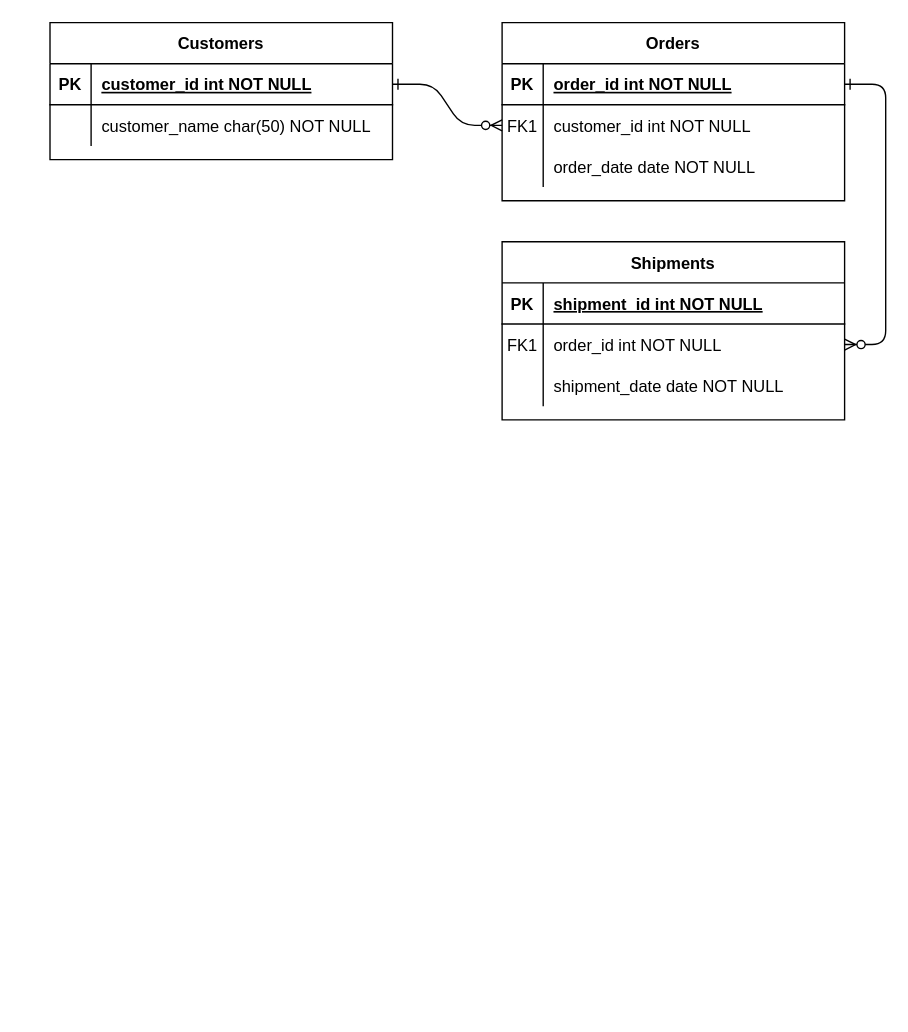
Before: titik-jumpa-db.drawio in TitikJumpa/titik-jumpa-db, a draw.io diagram. Source tidied: cells renumbered, new cells numbered last; positions are measured from the earlier drawing's top-left corner, leaving out a move shared by most shapes. Both pictures are drawn from the tidied source at 137%, with x=0, y=0 at pixel (49, 22).
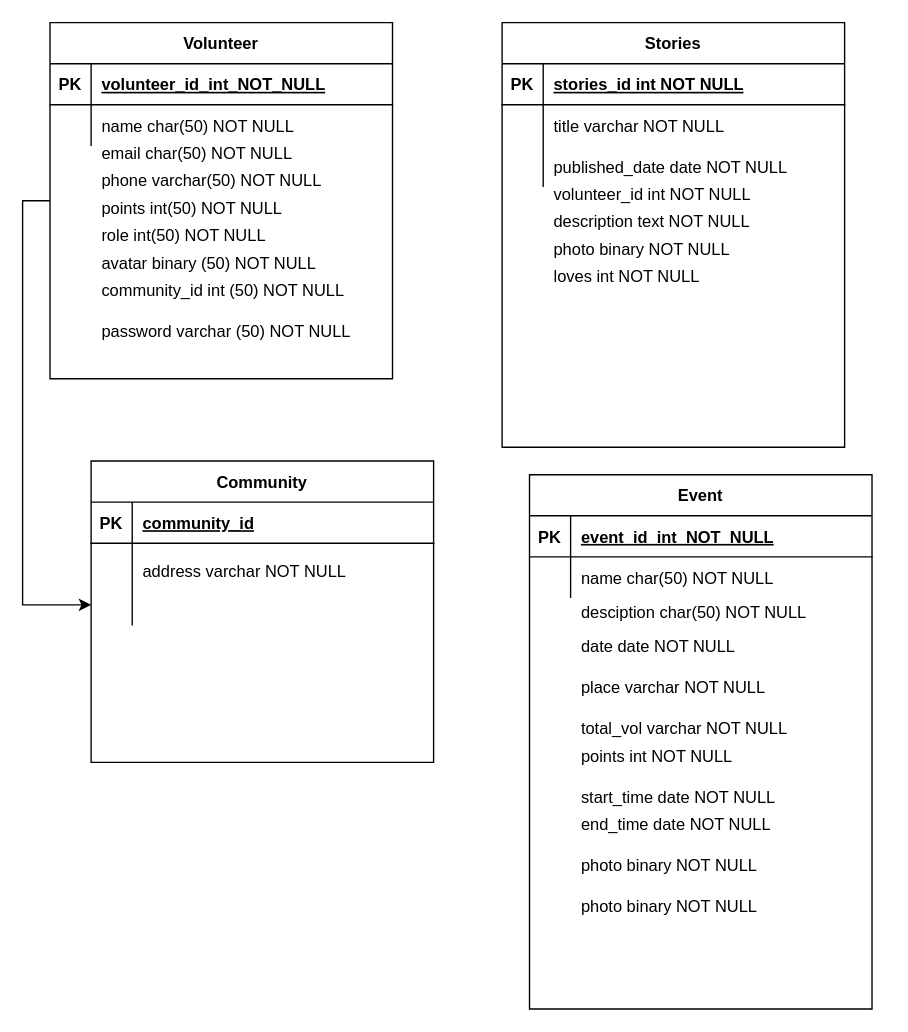
Above is the later version.

Commit message:
add volunteer, stories, community, event table

Unchanged cells that the change refers to:
```xml
<mxCell id="5" style="shape=partialRectangle;fillColor=none;points=[[0,0.5],[1,0.5]];portConstraint=eastwest;top=0;left=0;right=0;bottom=1;" parent="4" vertex="1">
  <mxGeometry y="30" width="250" height="30" as="geometry" />
</mxCell>
<mxCell id="8" style="shape=partialRectangle;fillColor=none;points=[[0,0.5],[1,0.5]];portConstraint=eastwest;top=0;left=0;right=0;bottom=0;" parent="4" vertex="1">
  <mxGeometry y="60" width="250" height="30" as="geometry" />
</mxCell>
<mxCell id="11" style="shape=partialRectangle;fillColor=none;top=0;left=0;right=0;bottom=0;" parent="4" vertex="1">
  <mxGeometry y="90" width="250" height="30" as="geometry" />
</mxCell>
<mxCell id="15" style="shape=partialRectangle;fillColor=none;top=0;left=0;right=0;bottom=1;" parent="14" vertex="1">
  <mxGeometry y="30" width="250" height="30" as="geometry" />
</mxCell>
<mxCell id="18" style="shape=partialRectangle;fillColor=none;points=[[0,0.5],[1,0.5]];portConstraint=eastwest;top=0;left=0;right=0;bottom=0;" parent="14" vertex="1">
  <mxGeometry y="60" width="250" height="30" as="geometry" />
</mxCell>
<mxCell id="21" style="shape=partialRectangle;fillColor=none;points=[[0,0.5],[1,0.5]];portConstraint=eastwest;top=0;left=0;right=0;bottom=0;" parent="14" vertex="1">
  <mxGeometry y="90" width="250" height="30" as="geometry" />
</mxCell>
```

What changed in the source:
```diff
@@
-    <mxCell id="2" style="edgeStyle=entityRelationEdgeStyle;endArrow=ERzeroToMany;startArrow=ERone;endFill=1;startFill=0;" parent="1" edge="1" source="25" target="8">
-      <mxGeometry relative="1" as="geometry" />
-    </mxCell>
-    <mxCell id="3" style="edgeStyle=entityRelationEdgeStyle;endArrow=ERzeroToMany;startArrow=ERone;endFill=1;startFill=0;" parent="1" edge="1" source="5" target="18">
-      <mxGeometry relative="1" as="geometry" />
-    </mxCell>
-    <mxCell id="4" value="Orders" style="shape=table;startSize=30;childLayout=tableLayout;rowLines=0;fontStyle=1;align=center;" parent="1" vertex="1">
-      <mxGeometry x="330" width="250" height="130" as="geometry" />
+    <mxCell id="4" value="Stories" style="shape=table;startSize=30;childLayout=tableLayout;rowLines=0;fontStyle=1;align=center;" parent="1" vertex="1">
+      <mxGeometry x="330" width="250" height="310" as="geometry" />
     </mxCell>
@@
-    <mxCell id="7" value="order_id int NOT NULL " style="shape=partialRectangle;overflow=hidden;fillColor=none;top=0;left=0;bottom=0;right=0;align=left;spacingLeft=6;fontStyle=5;" parent="5" vertex="1">
+    <mxCell id="7" value="stories_id int NOT NULL " style="shape=partialRectangle;overflow=hidden;fillColor=none;top=0;left=0;bottom=0;right=0;align=left;spacingLeft=6;fontStyle=5;" parent="5" vertex="1">
       <mxGeometry x="30" width="220" height="30" as="geometry" />
     </mxCell>
@@
-    <mxCell id="9" value="FK1" style="shape=partialRectangle;overflow=hidden;fillColor=none;top=0;left=0;bottom=0;right=0;" parent="8" vertex="1">
+    <mxCell id="9" style="shape=partialRectangle;overflow=hidden;fillColor=none;top=0;left=0;bottom=0;right=0;" parent="8" vertex="1">
       <mxGeometry width="30" height="30" as="geometry" />
     </mxCell>
-    <mxCell id="10" value="customer_id int NOT NULL" style="shape=partialRectangle;overflow=hidden;fillColor=none;top=0;left=0;bottom=0;right=0;align=left;spacingLeft=6;" parent="8" vertex="1">
+    <mxCell id="10" value="title varchar NOT NULL" style="shape=partialRectangle;overflow=hidden;fillColor=none;top=0;left=0;bottom=0;right=0;align=left;spacingLeft=6;" parent="8" vertex="1">
       <mxGeometry x="30" width="220" height="30" as="geometry" />
     </mxCell>
@@
-    <mxCell id="13" value="order_date date NOT NULL" style="shape=partialRectangle;overflow=hidden;fillColor=none;top=0;left=0;bottom=0;right=0;align=left;spacingLeft=6;" parent="11" vertex="1">
+    <mxCell id="13" value="published_date date NOT NULL" style="shape=partialRectangle;overflow=hidden;fillColor=none;top=0;left=0;bottom=0;right=0;align=left;spacingLeft=6;" parent="11" vertex="1">
       <mxGeometry x="30" width="220" height="30" as="geometry" />
     </mxCell>
+    <mxCell id="31" style="edgeStyle=orthogonalEdgeStyle;rounded=0;jettySize=auto;html=1;exitX=0;exitY=0.5;exitDx=0;exitDy=0;entryX=0;entryY=0.5;entryDx=0;entryDy=0;" parent="1" edge="1" source="24" target="21">
+      <mxGeometry relative="1" as="geometry" />
+    </mxCell>
+    <mxCell id="24" value="Volunteer" style="shape=table;startSize=30;childLayout=tableLayout;rowLines=0;fontStyle=1;align=center;" parent="1" vertex="1">
+      <mxGeometry width="250" height="260" as="geometry" />
+    </mxCell>
+    <mxCell id="25" style="shape=partialRectangle;fillColor=none;points=[[0,0.5],[1,0.5]];portConstraint=eastwest;top=0;left=0;right=0;bottom=1;" parent="24" vertex="1">
+      <mxGeometry y="30" width="250" height="30" as="geometry" />
+    </mxCell>
+    <mxCell id="26" value="PK" style="shape=partialRectangle;overflow=hidden;fillColor=none;top=0;left=0;bottom=0;right=0;fontStyle=1;" parent="25" vertex="1">
+      <mxGeometry width="30" height="30" as="geometry" />
+    </mxCell>
+    <mxCell id="27" value="volunteer_id_int_NOT_NULL" style="shape=partialRectangle;overflow=hidden;fillColor=none;top=0;left=0;bottom=0;right=0;align=left;spacingLeft=6;fontStyle=5;" parent="25" vertex="1">
+      <mxGeometry x="30" width="220" height="30" as="geometry" />
+    </mxCell>
+    <mxCell id="28" style="shape=partialRectangle;fillColor=none;top=0;left=0;right=0;bottom=0;" parent="24" vertex="1">
+      <mxGeometry y="60" width="250" height="30" as="geometry" />
+    </mxCell>
+    <mxCell id="29" style="shape=partialRectangle;overflow=hidden;fillColor=none;top=0;left=0;bottom=0;right=0;" parent="28" vertex="1">
+      <mxGeometry width="30" height="30" as="geometry" />
+    </mxCell>
+    <mxCell id="30" value="name char(50) NOT NULL" style="shape=partialRectangle;overflow=hidden;fillColor=none;top=0;left=0;bottom=0;right=0;align=left;spacingLeft=6;" parent="28" vertex="1">
+      <mxGeometry x="30" width="220" height="30" as="geometry" />
+    </mxCell>
+    <mxCell id="32" value="email char(50) NOT NULL" style="shape=partialRectangle;overflow=hidden;fillColor=none;top=0;left=0;bottom=0;right=0;align=left;spacingLeft=6;" parent="1" vertex="1">
+      <mxGeometry x="30" y="80" width="220" height="30" as="geometry" />
+    </mxCell>
+    <mxCell id="33" value="phone varchar(50) NOT NULL" style="shape=partialRectangle;overflow=hidden;fillColor=none;top=0;left=0;bottom=0;right=0;align=left;spacingLeft=6;" parent="1" vertex="1">
+      <mxGeometry x="30" y="100" width="220" height="30" as="geometry" />
+    </mxCell>
+    <mxCell id="34" value="points int(50) NOT NULL" style="shape=partialRectangle;overflow=hidden;fillColor=none;top=0;left=0;bottom=0;right=0;align=left;spacingLeft=6;" parent="1" vertex="1">
+      <mxGeometry x="30" y="120" width="220" height="30" as="geometry" />
+    </mxCell>
-    <mxCell id="14" value="Shipments" style="shape=table;startSize=30;childLayout=tableLayout;rowLines=0;fontStyle=1;align=center;" parent="1" vertex="1">
-      <mxGeometry x="330" y="160" width="250" height="130" as="geometry" />
+    <mxCell id="14" value="Community" style="shape=table;startSize=30;childLayout=tableLayout;rowLines=0;fontStyle=1;align=center;" parent="1" vertex="1">
+      <mxGeometry x="30" y="320" width="250" height="220" as="geometry" />
     </mxCell>
@@
-    <mxCell id="17" value="shipment_id int NOT NULL " style="shape=partialRectangle;overflow=hidden;fillColor=none;top=0;left=0;bottom=0;right=0;align=left;spacingLeft=6;fontStyle=5;" parent="15" vertex="1">
+    <mxCell id="17" value="community_id" style="shape=partialRectangle;overflow=hidden;fillColor=none;top=0;left=0;bottom=0;right=0;align=left;spacingLeft=6;fontStyle=5;" parent="15" vertex="1">
       <mxGeometry x="30" width="220" height="30" as="geometry" />
     </mxCell>
@@
-    <mxCell id="19" value="FK1" style="shape=partialRectangle;overflow=hidden;fillColor=none;top=0;left=0;bottom=0;right=0;" parent="18" vertex="1">
+    <mxCell id="19" style="shape=partialRectangle;overflow=hidden;fillColor=none;top=0;left=0;bottom=0;right=0;" parent="18" vertex="1">
       <mxGeometry width="30" height="30" as="geometry" />
     </mxCell>
-    <mxCell id="20" value="order_id int NOT NULL" style="shape=partialRectangle;overflow=hidden;fillColor=none;top=0;left=0;bottom=0;right=0;align=left;spacingLeft=6;" parent="18" vertex="1">
+    <mxCell id="20" style="shape=partialRectangle;overflow=hidden;fillColor=none;top=0;left=0;bottom=0;right=0;align=left;spacingLeft=6;" parent="18" vertex="1">
       <mxGeometry x="30" width="220" height="30" as="geometry" />
     </mxCell>
@@
-    <mxCell id="23" value="shipment_date date NOT NULL" style="shape=partialRectangle;overflow=hidden;fillColor=none;top=0;left=0;bottom=0;right=0;align=left;spacingLeft=6;" parent="21" vertex="1">
+    <mxCell id="23" style="shape=partialRectangle;overflow=hidden;fillColor=none;top=0;left=0;bottom=0;right=0;align=left;spacingLeft=6;" parent="21" vertex="1">
       <mxGeometry x="30" width="220" height="30" as="geometry" />
     </mxCell>
-    <mxCell id="24" value="Customers" style="shape=table;startSize=30;childLayout=tableLayout;rowLines=0;fontStyle=1;align=center;" parent="1" vertex="1">
-      <mxGeometry width="250" height="100" as="geometry" />
-    </mxCell>
-    <mxCell id="25" style="shape=partialRectangle;fillColor=none;points=[[0,0.5],[1,0.5]];portConstraint=eastwest;top=0;left=0;right=0;bottom=1;" parent="24" vertex="1">
-      <mxGeometry y="30" width="250" height="30" as="geometry" />
-    </mxCell>
-    <mxCell id="26" value="PK" style="shape=partialRectangle;overflow=hidden;fillColor=none;top=0;left=0;bottom=0;right=0;fontStyle=1;" parent="25" vertex="1">
-      <mxGeometry width="30" height="30" as="geometry" />
-    </mxCell>
-    <mxCell id="27" value="customer_id int NOT NULL " style="shape=partialRectangle;overflow=hidden;fillColor=none;top=0;left=0;bottom=0;right=0;align=left;spacingLeft=6;fontStyle=5;" parent="25" vertex="1">
-      <mxGeometry x="30" width="220" height="30" as="geometry" />
-    </mxCell>
-    <mxCell id="28" style="shape=partialRectangle;fillColor=none;top=0;left=0;right=0;bottom=0;" parent="24" vertex="1">
-      <mxGeometry y="60" width="250" height="30" as="geometry" />
-    </mxCell>
-    <mxCell id="29" style="shape=partialRectangle;overflow=hidden;fillColor=none;top=0;left=0;bottom=0;right=0;" parent="28" vertex="1">
-      <mxGeometry width="30" height="30" as="geometry" />
-    </mxCell>
-    <mxCell id="30" value="customer_name char(50) NOT NULL" style="shape=partialRectangle;overflow=hidden;fillColor=none;top=0;left=0;bottom=0;right=0;align=left;spacingLeft=6;" parent="28" vertex="1">
-      <mxGeometry x="30" width="220" height="30" as="geometry" />
-    </mxCell>
+    <mxCell id="35" value="role int(50) NOT NULL" style="shape=partialRectangle;overflow=hidden;fillColor=none;top=0;left=0;bottom=0;right=0;align=left;spacingLeft=6;" parent="1" vertex="1">
+      <mxGeometry x="30" y="140" width="220" height="30" as="geometry" />
+    </mxCell>
+    <mxCell id="36" value="volunteer_id int NOT NULL" style="shape=partialRectangle;overflow=hidden;fillColor=none;top=0;left=0;bottom=0;right=0;align=left;spacingLeft=6;" parent="1" vertex="1">
+      <mxGeometry x="360" y="110" width="220" height="30" as="geometry" />
+    </mxCell>
+    <mxCell id="37" value="description text NOT NULL" style="shape=partialRectangle;overflow=hidden;fillColor=none;top=0;left=0;bottom=0;right=0;align=left;spacingLeft=6;" parent="1" vertex="1">
+      <mxGeometry x="360" y="130" width="220" height="30" as="geometry" />
+    </mxCell>
+    <mxCell id="38" value="photo binary NOT NULL" style="shape=partialRectangle;overflow=hidden;fillColor=none;top=0;left=0;bottom=0;right=0;align=left;spacingLeft=6;" parent="1" vertex="1">
+      <mxGeometry x="360" y="150" width="220" height="30" as="geometry" />
+    </mxCell>
+    <mxCell id="39" value="loves int NOT NULL" style="shape=partialRectangle;overflow=hidden;fillColor=none;top=0;left=0;bottom=0;right=0;align=left;spacingLeft=6;" parent="1" vertex="1">
+      <mxGeometry x="360" y="170" width="220" height="30" as="geometry" />
+    </mxCell>
+    <mxCell id="40" value="avatar binary (50) NOT NULL" style="shape=partialRectangle;overflow=hidden;fillColor=none;top=0;left=0;bottom=0;right=0;align=left;spacingLeft=6;" parent="1" vertex="1">
+      <mxGeometry x="30" y="160" width="220" height="30" as="geometry" />
+    </mxCell>
+    <mxCell id="41" value="community_id int (50) NOT NULL" style="shape=partialRectangle;overflow=hidden;fillColor=none;top=0;left=0;bottom=0;right=0;align=left;spacingLeft=6;" parent="1" vertex="1">
+      <mxGeometry x="30" y="180" width="220" height="30" as="geometry" />
+    </mxCell>
+    <mxCell id="42" value="Event" style="shape=table;startSize=30;childLayout=tableLayout;rowLines=0;fontStyle=1;align=center;" parent="1" vertex="1">
+      <mxGeometry x="350" y="330" width="250" height="390" as="geometry" />
+    </mxCell>
+    <mxCell id="43" style="shape=partialRectangle;fillColor=none;top=0;left=0;right=0;bottom=1;" parent="42" vertex="1">
+      <mxGeometry y="30" width="250" height="30" as="geometry" />
+    </mxCell>
+    <mxCell id="44" value="PK" style="shape=partialRectangle;overflow=hidden;fillColor=none;top=0;left=0;bottom=0;right=0;fontStyle=1;" parent="43" vertex="1">
+      <mxGeometry width="30" height="30" as="geometry" />
+    </mxCell>
+    <mxCell id="45" value="event_id_int_NOT_NULL" style="shape=partialRectangle;overflow=hidden;fillColor=none;top=0;left=0;bottom=0;right=0;align=left;spacingLeft=6;fontStyle=5;" parent="43" vertex="1">
+      <mxGeometry x="30" width="220" height="30" as="geometry" />
+    </mxCell>
+    <mxCell id="46" style="shape=partialRectangle;fillColor=none;top=0;left=0;right=0;bottom=0;" parent="42" vertex="1">
+      <mxGeometry y="60" width="250" height="30" as="geometry" />
+    </mxCell>
+    <mxCell id="47" style="shape=partialRectangle;overflow=hidden;fillColor=none;top=0;left=0;bottom=0;right=0;" parent="46" vertex="1">
+      <mxGeometry width="30" height="30" as="geometry" />
+    </mxCell>
+    <mxCell id="48" value="name char(50) NOT NULL" style="shape=partialRectangle;overflow=hidden;fillColor=none;top=0;left=0;bottom=0;right=0;align=left;spacingLeft=6;" parent="46" vertex="1">
+      <mxGeometry x="30" width="220" height="30" as="geometry" />
+    </mxCell>
+    <mxCell id="49" value="desciption char(50) NOT NULL" style="shape=partialRectangle;overflow=hidden;fillColor=none;top=0;left=0;bottom=0;right=0;align=left;spacingLeft=6;" parent="1" vertex="1">
+      <mxGeometry x="380" y="415" width="220" height="30" as="geometry" />
+    </mxCell>
+    <mxCell id="50" value="date date NOT NULL" style="shape=partialRectangle;overflow=hidden;fillColor=none;top=0;left=0;bottom=0;right=0;align=left;spacingLeft=6;" parent="1" vertex="1">
+      <mxGeometry x="380" y="440" width="220" height="30" as="geometry" />
+    </mxCell>
+    <mxCell id="51" value="place varchar NOT NULL" style="shape=partialRectangle;overflow=hidden;fillColor=none;top=0;left=0;bottom=0;right=0;align=left;spacingLeft=6;" parent="1" vertex="1">
+      <mxGeometry x="380" y="470" width="220" height="30" as="geometry" />
+    </mxCell>
+    <mxCell id="52" value="total_vol varchar NOT NULL" style="shape=partialRectangle;overflow=hidden;fillColor=none;top=0;left=0;bottom=0;right=0;align=left;spacingLeft=6;" parent="1" vertex="1">
+      <mxGeometry x="380" y="500" width="220" height="30" as="geometry" />
+    </mxCell>
+    <mxCell id="53" value="points int NOT NULL" style="shape=partialRectangle;overflow=hidden;fillColor=none;top=0;left=0;bottom=0;right=0;align=left;spacingLeft=6;" parent="1" vertex="1">
+      <mxGeometry x="380" y="520" width="220" height="30" as="geometry" />
+    </mxCell>
+    <mxCell id="54" value="start_time date NOT NULL" style="shape=partialRectangle;overflow=hidden;fillColor=none;top=0;left=0;bottom=0;right=0;align=left;spacingLeft=6;" parent="1" vertex="1">
+      <mxGeometry x="380" y="550" width="220" height="30" as="geometry" />
+    </mxCell>
+    <mxCell id="55" value="end_time date NOT NULL" style="shape=partialRectangle;overflow=hidden;fillColor=none;top=0;left=0;bottom=0;right=0;align=left;spacingLeft=6;" parent="1" vertex="1">
+      <mxGeometry x="380" y="570" width="220" height="30" as="geometry" />
+    </mxCell>
+    <mxCell id="56" value="photo binary NOT NULL" style="shape=partialRectangle;overflow=hidden;fillColor=none;top=0;left=0;bottom=0;right=0;align=left;spacingLeft=6;" parent="1" vertex="1">
+      <mxGeometry x="380" y="600" width="220" height="30" as="geometry" />
+    </mxCell>
+    <mxCell id="57" value="photo binary NOT NULL" style="shape=partialRectangle;overflow=hidden;fillColor=none;top=0;left=0;bottom=0;right=0;align=left;spacingLeft=6;" parent="1" vertex="1">
+      <mxGeometry x="380" y="630" width="220" height="30" as="geometry" />
+    </mxCell>
+    <mxCell id="58" value="address varchar NOT NULL" style="shape=partialRectangle;overflow=hidden;fillColor=none;top=0;left=0;bottom=0;right=0;align=left;spacingLeft=6;" parent="1" vertex="1">
+      <mxGeometry x="60" y="385" width="220" height="30" as="geometry" />
+    </mxCell>
+    <mxCell id="59" value="password varchar (50) NOT NULL" style="shape=partialRectangle;overflow=hidden;fillColor=none;top=0;left=0;bottom=0;right=0;align=left;spacingLeft=6;" parent="1" vertex="1">
+      <mxGeometry x="30" y="210" width="220" height="30" as="geometry" />
+    </mxCell>
```
